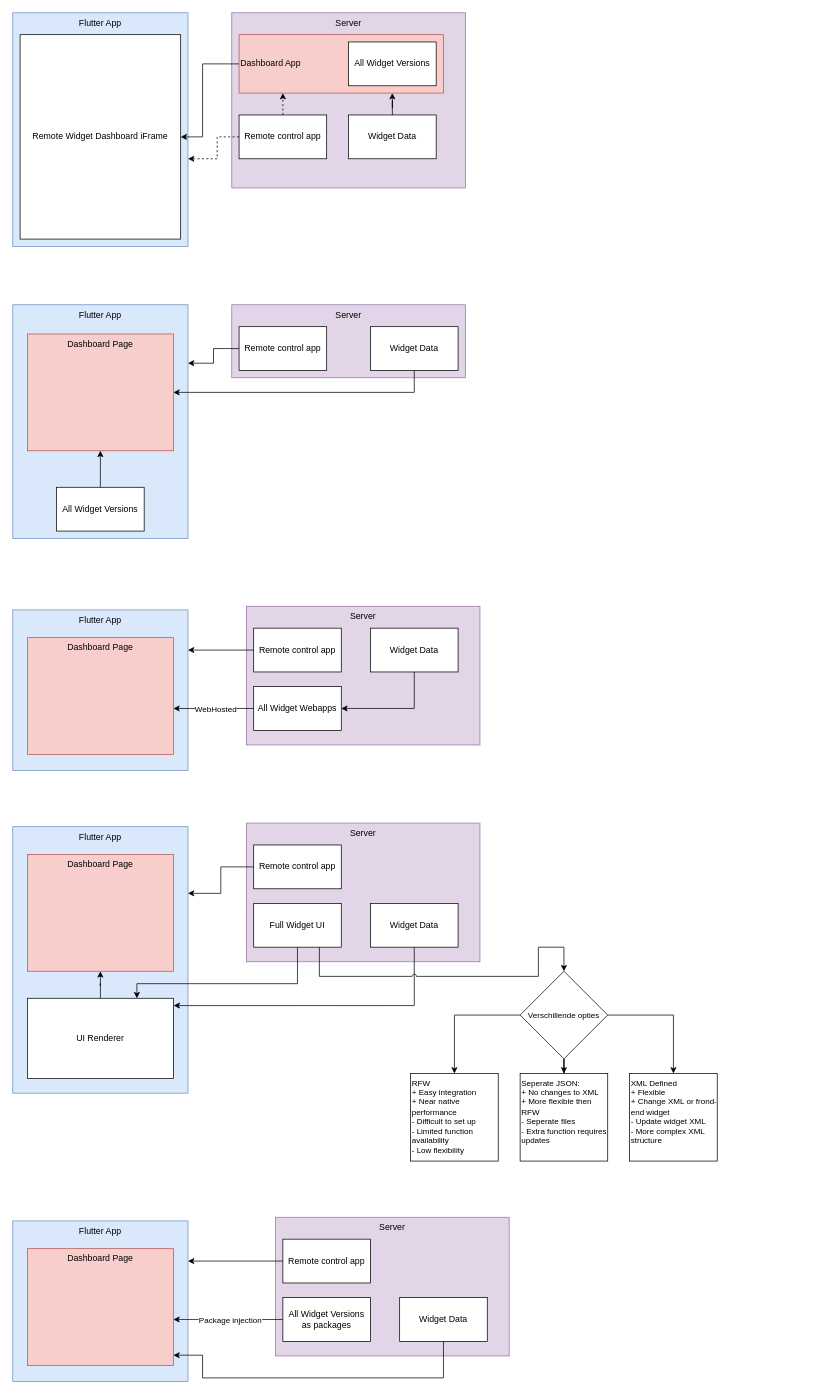
Earlier version of the draw.io diagram Architectuuropties.drawio (MaxDelissen/fvm_demo). Source tidied: cells renumbered, new cells numbered last; positions are measured from the earlier drawing's top-left corner, leaving out a move shared by most shapes. Both pictures are drawn from the tidied source at 73%, with x=0, y=0 at pixel (12, 12).
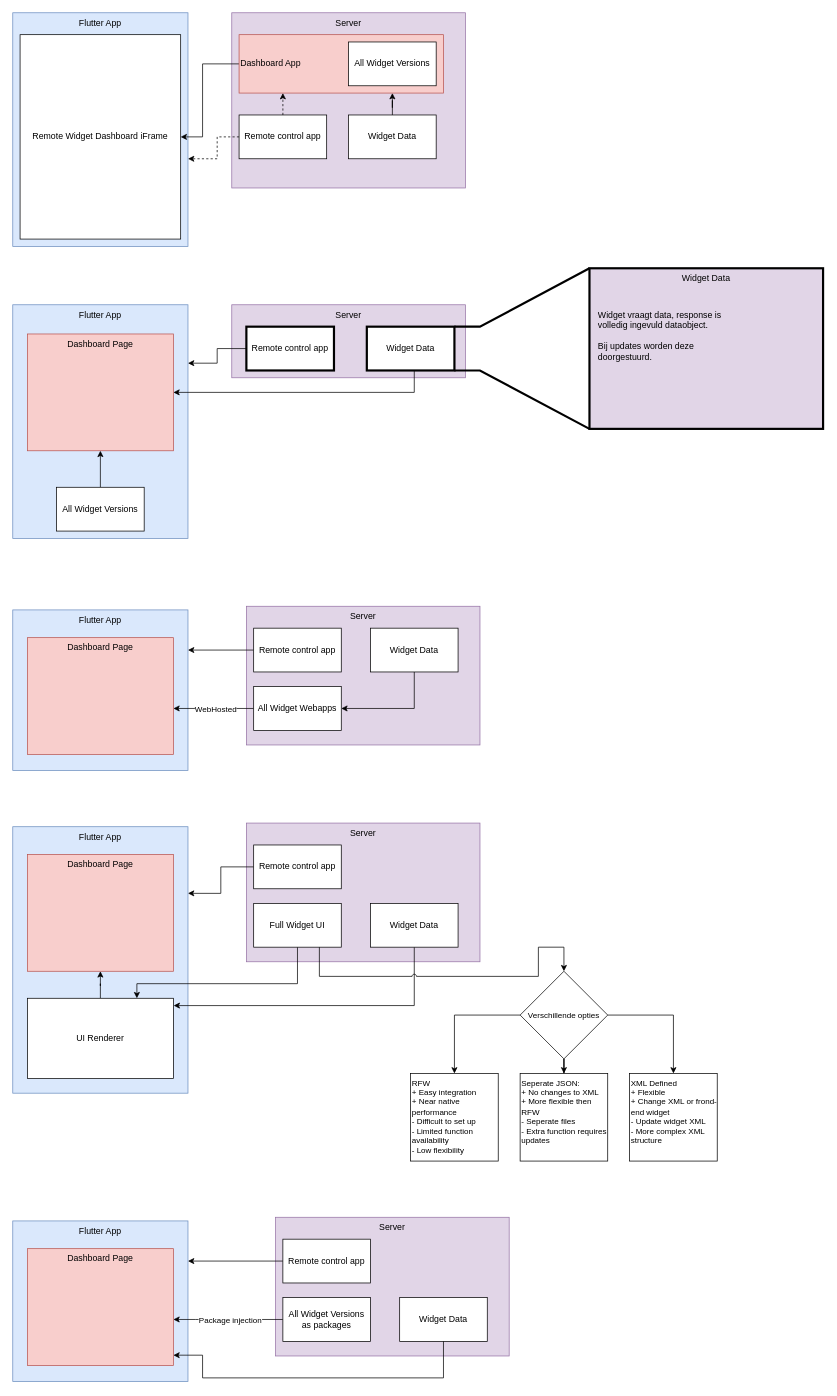
Above is the later version.

Change to the diagram source:
```diff
@@
-    <mxCell id="13" value="Remote control app" style="rounded=0;whiteSpace=wrap;html=1;" parent="1" vertex="1">
-      <mxGeometry x="310" y="430" width="120" height="60" as="geometry" />
+    <mxCell id="13" value="Remote control app" style="rounded=0;whiteSpace=wrap;html=1;strokeWidth=3;" parent="1" vertex="1">
+      <mxGeometry x="320" y="430" width="120" height="60" as="geometry" />
     </mxCell>
@@
-    <mxCell id="18" value="Widget Data" style="rounded=0;whiteSpace=wrap;html=1;" parent="1" vertex="1">
-      <mxGeometry x="490" y="430" width="120" height="60" as="geometry" />
+    <mxCell id="18" value="Widget Data" style="rounded=0;whiteSpace=wrap;html=1;strokeWidth=3;perimeter=rectanglePerimeter;fixDash=0;" parent="1" vertex="1">
+      <mxGeometry x="485" y="430" width="120" height="60" as="geometry" />
     </mxCell>
@@
+    <mxCell id="61" value="Widget Data" style="rounded=0;whiteSpace=wrap;html=1;verticalAlign=top;fillColor=#e1d5e7;strokeColor=light-dark(#000000,#000000);strokeWidth=3;" parent="1" vertex="1">
+      <mxGeometry x="790" y="350" width="320" height="220" as="geometry" />
+    </mxCell>
+    <mxCell id="62" style="endArrow=none;html=1;rounded=0;entryX=0;entryY=0;entryDx=0;entryDy=0;exitX=1;exitY=0;exitDx=0;exitDy=0;strokeWidth=3;" parent="1" edge="1" source="18" target="61">
+      <mxGeometry relative="1" as="geometry">
+        <Array as="points">
+          <mxPoint x="640" y="430" />
+        </Array>
+      </mxGeometry>
+    </mxCell>
+    <mxCell id="63" style="endArrow=none;html=1;rounded=0;entryX=1;entryY=1;entryDx=0;entryDy=0;exitX=0;exitY=1;exitDx=0;exitDy=0;strokeWidth=3;" parent="1" edge="1" source="61" target="18">
+      <mxGeometry relative="1" as="geometry">
+        <Array as="points">
+          <mxPoint x="640" y="490" />
+        </Array>
+      </mxGeometry>
+    </mxCell>
+    <mxCell id="64" value="&lt;div&gt;Widget vraagt data, response is volledig ingevuld dataobject.&lt;/div&gt;&lt;div&gt;&lt;br&gt;&lt;/div&gt;&lt;div&gt;Bij updates worden deze doorgestuurd.&lt;/div&gt;" style="text;html=1;whiteSpace=wrap;overflow=hidden;rounded=0;" parent="1" vertex="1">
+      <mxGeometry x="800" y="400" width="180" height="120" as="geometry" />
+    </mxCell>
```
